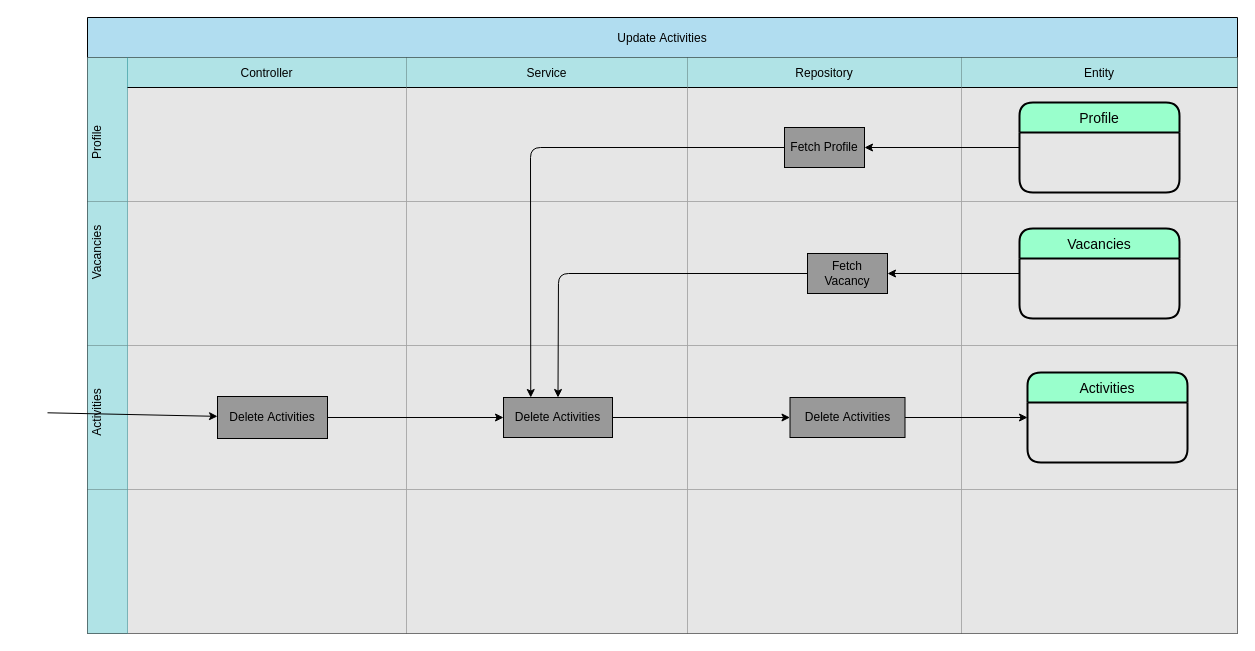
Earlier version of the draw.io diagram documents/asd/VAC-ASD-Activities-AS-v1.drawio (AaronSaya/educom-symfony-1690191754). Source tidied: cells renumbered, new cells numbered last; positions are measured from the earlier drawing's top-left corner, leaving out a move shared by most shapes. Both pictures are drawn from the tidied source at 100%, with x=0, y=0 at pixel (17, 17).
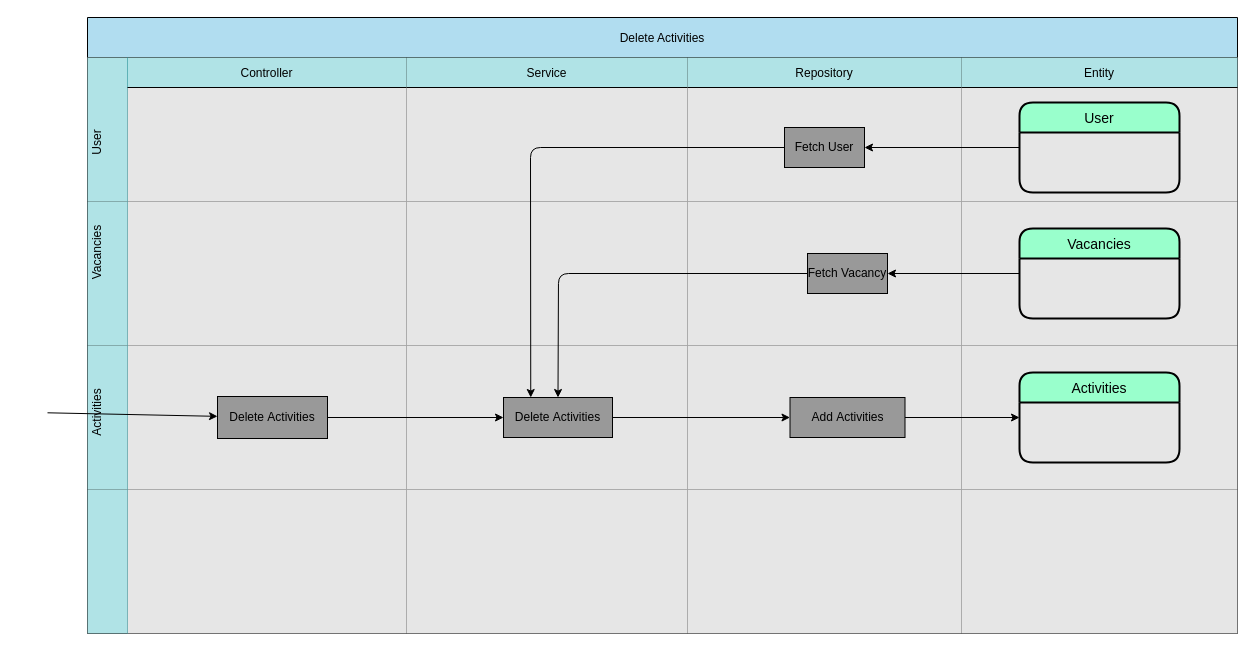
Above is the later version.

The change refers to these unchanged cells:
```xml
<mxCell id="6" value="Repository" style="swimlane;swimlaneHead=0;swimlaneBody=0;fontStyle=0;fillColor=#b0e3e6;startSize=30;strokeColor=#000000;fontColor=#000000;swimlaneFillColor=#E6E6E6;" parent="3" vertex="1">
  <mxGeometry x="600" width="274" height="144" as="geometry" />
</mxCell>
<mxCell id="8" value="Entity" style="swimlane;swimlaneHead=0;swimlaneBody=0;fontStyle=0;fillColor=#b0e3e6;startSize=30;strokeColor=#000000;fontColor=#000000;swimlaneFillColor=#E6E6E6;" parent="3" vertex="1">
  <mxGeometry x="874" width="276" height="144" as="geometry" />
</mxCell>
<mxCell id="14" style="swimlane;swimlaneHead=0;swimlaneBody=0;fontStyle=0;fillColor=none;startSize=0;fontColor=#000000;swimlaneFillColor=#E6E6E6;strokeColor=#000000;" parent="11" vertex="1">
  <mxGeometry x="600" width="274" height="144" as="geometry" />
</mxCell>
<mxCell id="19" style="shape=tableRow;horizontal=0;swimlaneHead=0;swimlaneBody=0;top=0;left=0;bottom=0;right=0;fontStyle=0;fillColor=#b0e3e6;startSize=40;strokeColor=#0e8088;" parent="2" vertex="1">
  <mxGeometry y="328" width="1150" height="144" as="geometry" />
</mxCell>
<mxCell id="20" style="swimlane;swimlaneHead=0;swimlaneBody=0;fontStyle=0;fillColor=none;startSize=0;swimlaneFillColor=#E6E6E6;strokeColor=#000000;" parent="19" vertex="1">
  <mxGeometry x="40" width="279" height="144" as="geometry" />
</mxCell>
<mxCell id="22" style="swimlane;swimlaneHead=0;swimlaneBody=0;fontStyle=0;fillColor=none;startSize=0;swimlaneFillColor=#E6E6E6;strokeColor=#000000;" parent="19" vertex="1">
  <mxGeometry x="319" width="281" height="144" as="geometry" />
</mxCell>
<mxCell id="24" style="swimlane;swimlaneHead=0;swimlaneBody=0;fontStyle=0;fillColor=none;startSize=0;swimlaneFillColor=#E6E6E6;strokeColor=#000000;" parent="19" vertex="1">
  <mxGeometry x="600" width="274" height="144" as="geometry" />
</mxCell>
<mxCell id="26" style="swimlane;swimlaneHead=0;swimlaneBody=0;fontStyle=0;fillColor=none;startSize=0;swimlaneFillColor=#E6E6E6;" parent="19" vertex="1">
  <mxGeometry x="874" width="276" height="144" as="geometry" />
</mxCell>
```

Change to the diagram source:
```diff
@@
-    <mxCell id="2" value="Update Activities" style="shape=table;childLayout=tableLayout;startSize=40;fillColor=#b1ddf0;strokeColor=#000000;fontColor=#000000;" parent="1" vertex="1">
+    <mxCell id="2" value="Delete Activities" style="shape=table;childLayout=tableLayout;startSize=40;fillColor=#b1ddf0;strokeColor=#000000;fontColor=#000000;" parent="1" vertex="1">
       <mxGeometry x="70" width="1150" height="616" as="geometry" />
     </mxCell>
@@
-    <mxCell id="7" value="Fetch Profile" style="whiteSpace=wrap;html=1;fillColor=#999999;fontColor=#000000;" parent="6" vertex="1">
+    <mxCell id="7" value="Fetch User" style="whiteSpace=wrap;html=1;fillColor=#999999;fontColor=#000000;" parent="6" vertex="1">
       <mxGeometry x="97" y="70" width="80" height="40" as="geometry" />
     </mxCell>
@@
-    <mxCell id="9" value="Profile" style="swimlane;horizontal=1;startSize=30;rounded=1;fontSize=14;fontStyle=0;strokeWidth=2;shadow=0;dashed=0;align=center;fillColor=#99FFCC;strokeColor=#000000;fontColor=#000000;" parent="8" vertex="1">
+    <mxCell id="9" value="User" style="swimlane;horizontal=1;startSize=30;rounded=1;fontSize=14;fontStyle=0;strokeWidth=2;shadow=0;dashed=0;align=center;fillColor=#99FFCC;strokeColor=#000000;fontColor=#000000;" parent="8" vertex="1">
       <mxGeometry x="58" y="45" width="160" height="90" as="geometry" />
     </mxCell>
@@
-    <mxCell id="15" value="Fetch Vacancy" style="whiteSpace=wrap;html=1;fillColor=#999999;fontColor=#000000;" parent="14" vertex="1">
+    <mxCell id="15" value="&lt;span style=&quot;&quot;&gt;Fetch&amp;nbsp;&lt;/span&gt;Vacancy" style="whiteSpace=wrap;html=1;fillColor=#999999;fontColor=#000000;" parent="14" vertex="1">
       <mxGeometry x="120" y="52" width="80" height="40" as="geometry" />
     </mxCell>
@@
-    <mxCell id="21" value="Delete&amp;nbsp;&lt;span style=&quot;&quot;&gt;Activities&lt;/span&gt;" style="whiteSpace=wrap;html=1;fillColor=#999999;fillStyle=auto;fontColor=#000000;" parent="20" vertex="1">
+    <mxCell id="21" value="&lt;span style=&quot;&quot;&gt;Delete&amp;nbsp;&lt;/span&gt;&lt;span style=&quot;&quot;&gt;Activities&lt;/span&gt;" style="whiteSpace=wrap;html=1;fillColor=#999999;fillStyle=auto;fontColor=#000000;" parent="20" vertex="1">
       <mxGeometry x="90" y="51" width="110" height="42" as="geometry" />
     </mxCell>
@@
-    <mxCell id="23" value="Delete&amp;nbsp;&lt;span style=&quot;&quot;&gt;Activities&lt;/span&gt;" style="whiteSpace=wrap;html=1;fillColor=#999999;fontColor=#000000;" parent="22" vertex="1">
+    <mxCell id="23" value="&lt;span style=&quot;&quot;&gt;Delete&amp;nbsp;&lt;/span&gt;&lt;span style=&quot;&quot;&gt;Activities&lt;/span&gt;" style="whiteSpace=wrap;html=1;fillColor=#999999;fontColor=#000000;" parent="22" vertex="1">
       <mxGeometry x="97" y="52" width="109" height="40" as="geometry" />
     </mxCell>
@@
-    <mxCell id="25" value="Delete&amp;nbsp;&lt;span style=&quot;&quot;&gt;Activities&lt;/span&gt;" style="whiteSpace=wrap;html=1;fillColor=#999999;fontColor=#000000;align=center;" parent="24" vertex="1">
+    <mxCell id="25" value="&lt;span style=&quot;&quot;&gt;Add&amp;nbsp;&lt;/span&gt;&lt;span style=&quot;&quot;&gt;Activities&lt;/span&gt;" style="whiteSpace=wrap;html=1;fillColor=#999999;fontColor=#000000;align=center;" parent="24" vertex="1">
       <mxGeometry x="102.5" y="52" width="115" height="40" as="geometry" />
     </mxCell>
@@
     <mxCell id="27" value="Activities" style="swimlane;horizontal=1;startSize=30;rounded=1;fontSize=14;fontStyle=0;strokeWidth=2;shadow=0;dashed=0;align=center;fillColor=#99FFCC;strokeColor=#000000;fontColor=#000000;" parent="26" vertex="1">
-      <mxGeometry x="66" y="27" width="160" height="90" as="geometry" />
+      <mxGeometry x="58" y="27" width="160" height="90" as="geometry" />
     </mxCell>
@@
-    <mxCell id="30" style="edgeStyle=none;html=1;entryX=0;entryY=0.5;entryDx=0;entryDy=0;strokeColor=#000000;" parent="19" edge="1" source="25" target="27">
+    <mxCell id="30" style="edgeStyle=none;html=1;exitX=1;exitY=0.5;exitDx=0;exitDy=0;entryX=0;entryY=0.5;entryDx=0;entryDy=0;strokeColor=#000000;" parent="19" edge="1" source="25" target="27">
       <mxGeometry relative="1" as="geometry" />
     </mxCell>
+    <mxCell id="36" style="edgeStyle=none;html=1;entryX=0.5;entryY=0;entryDx=0;entryDy=0;strokeColor=#000000;" parent="2" edge="1" source="15" target="23">
+      <mxGeometry relative="1" as="geometry">
+        <Array as="points">
+          <mxPoint x="471" y="256" />
+        </Array>
+      </mxGeometry>
+    </mxCell>
+    <mxCell id="37" style="edgeStyle=none;html=1;entryX=0.25;entryY=0;entryDx=0;entryDy=0;strokeColor=#000000;" parent="2" edge="1" source="7" target="23">
+      <mxGeometry relative="1" as="geometry">
+        <Array as="points">
+          <mxPoint x="443" y="130" />
+        </Array>
+      </mxGeometry>
+    </mxCell>
@@
-    <mxCell id="36" style="edgeStyle=none;html=1;entryX=0.5;entryY=0;entryDx=0;entryDy=0;strokeColor=#000000;" parent="2" edge="1" source="15" target="23">
-      <mxGeometry relative="1" as="geometry">
-        <Array as="points">
-          <mxPoint x="471" y="256" />
-        </Array>
-      </mxGeometry>
-    </mxCell>
-    <mxCell id="37" style="edgeStyle=none;html=1;entryX=0.25;entryY=0;entryDx=0;entryDy=0;strokeColor=#000000;" parent="2" edge="1" source="7" target="23">
-      <mxGeometry relative="1" as="geometry">
-        <Array as="points">
-          <mxPoint x="443" y="130" />
-        </Array>
-      </mxGeometry>
-    </mxCell>
-    <mxCell id="38" value="&lt;font color=&quot;#000000&quot;&gt;Profile&lt;/font&gt;" style="text;strokeColor=none;align=center;fillColor=none;html=1;verticalAlign=middle;whiteSpace=wrap;rounded=0;rotation=-90;" parent="1" vertex="1">
+    <mxCell id="38" value="&lt;font color=&quot;#000000&quot;&gt;User&lt;/font&gt;" style="text;strokeColor=none;align=center;fillColor=none;html=1;verticalAlign=middle;whiteSpace=wrap;rounded=0;rotation=-90;" parent="1" vertex="1">
       <mxGeometry x="50" y="110" width="60" height="30" as="geometry" />
     </mxCell>
```
